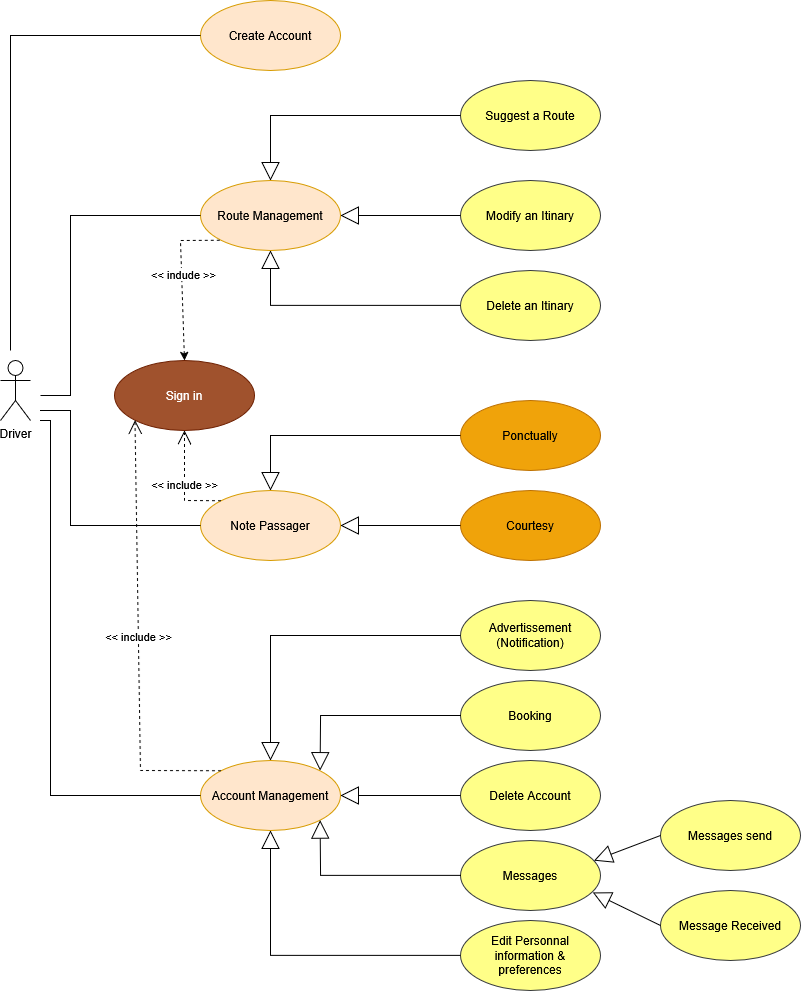
Earlier version of the draw.io export uml/DiagrammeUtilisationDriver.png (Mathieu-Maillot/projetFileRouge). Source tidied: cells renumbered, new cells last; positions are measured from the earlier drawing's top-left corner, leaving out a move shared by most shapes.
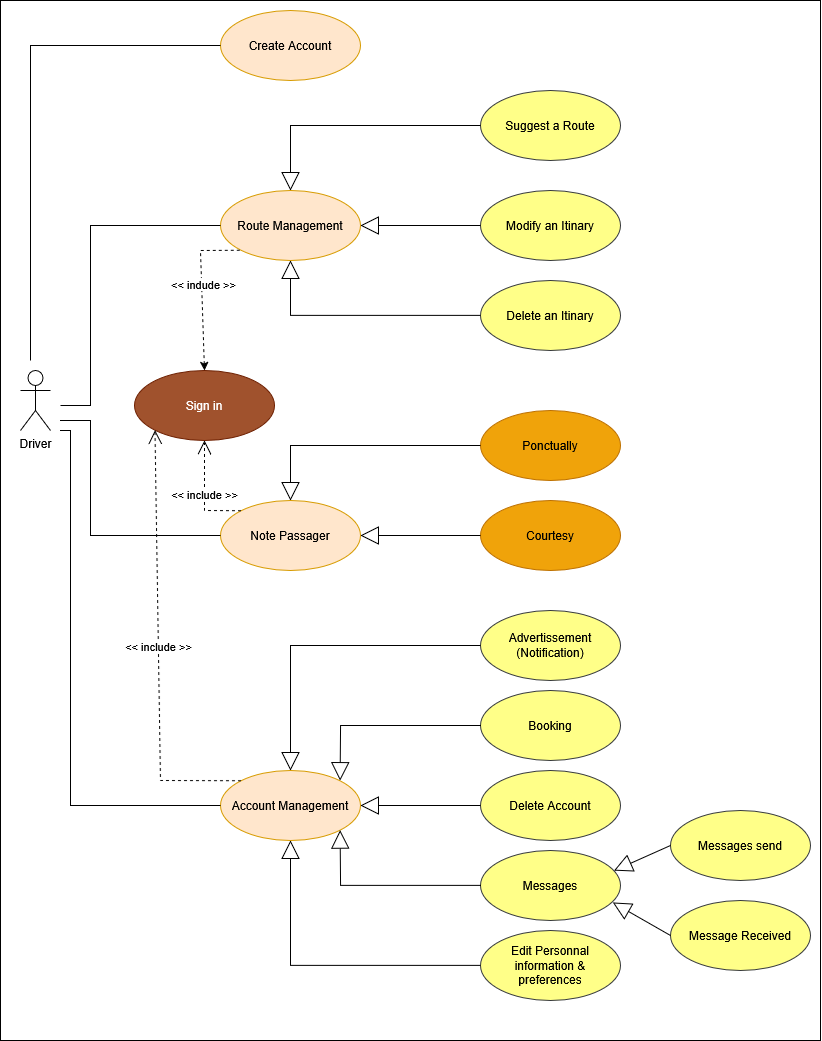
Later version of the same file.

The edit, as a diff of the source:
```diff
@@ -2,6 +2,9 @@
   <root>
     <mxCell id="0" />
     <mxCell id="1" parent="0" />
+    <mxCell id="40" style="rounded=0;whiteSpace=wrap;html=1;" parent="1" vertex="1">
+      <mxGeometry x="-20" y="-10" width="820" height="1040" as="geometry" />
+    </mxCell>
     <mxCell id="2" value="Create Account" style="ellipse;whiteSpace=wrap;html=1;fillColor=#ffe6cc;strokeColor=#d79b00;" parent="1" vertex="1">
       <mxGeometry x="200" width="140" height="70" as="geometry" />
     </mxCell>
@@ -141,10 +144,10 @@
       </mxGeometry>
     </mxCell>
     <mxCell id="32" value="Messages send" style="ellipse;whiteSpace=wrap;html=1;fillColor=#ffff88;strokeColor=#36393d;" parent="1" vertex="1">
-      <mxGeometry x="660" y="800" width="140" height="70" as="geometry" />
+      <mxGeometry x="650" y="800" width="140" height="70" as="geometry" />
     </mxCell>
     <mxCell id="33" value="Message Received" style="ellipse;whiteSpace=wrap;html=1;fillColor=#ffff88;strokeColor=#36393d;" parent="1" vertex="1">
-      <mxGeometry x="660" y="890" width="140" height="70" as="geometry" />
+      <mxGeometry x="650" y="890" width="140" height="70" as="geometry" />
     </mxCell>
     <mxCell id="34" style="endArrow=block;endSize=16;endFill=0;html=1;rounded=0;exitX=0;exitY=0.5;exitDx=0;exitDy=0;entryX=0.953;entryY=0.289;entryDx=0;entryDy=0;entryPerimeter=0;" parent="1" edge="1" source="32" target="20">
       <mxGeometry relative="1" as="geometry" />
```
